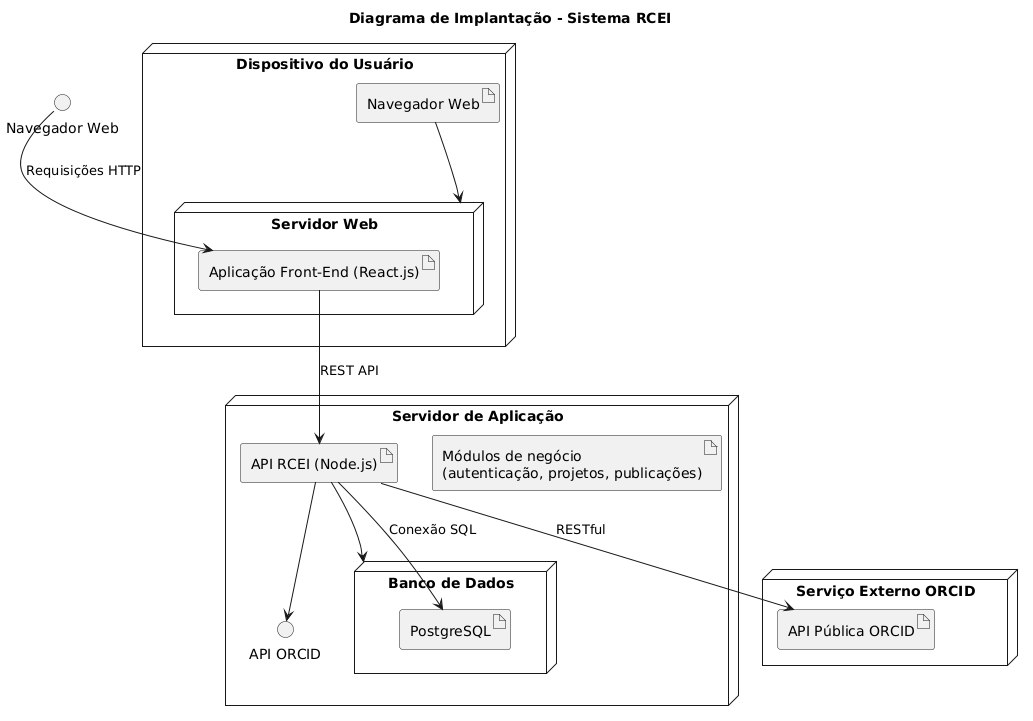
Before: Documents/diagrama_implantacao.png, a diagram exported from PlantUML (EngSoft2025/orcid-project-iquimic).
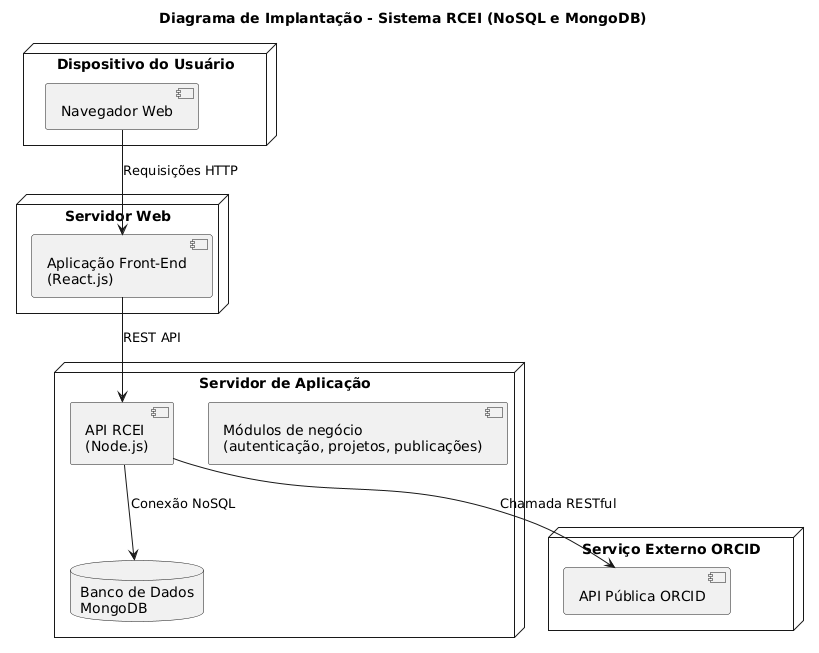
After the change.

Commit message:
Ajustando Diagrama de Implantação

What changed in the source:
```diff
@@ -1,32 +1,26 @@
 @startuml
-title Diagrama de Implantação - Sistema RCEI
+title Diagrama de Implantação - Sistema RCEI (NoSQL e MongoDB)
 
-node "Dispositivo do Usuário" {
-  artifact "Navegador Web" as navegador
-  navegador --> "Servidor Web"
+node "Dispositivo do Usuário" as UserDevice {
+  component "Navegador Web" as Browser
 }
 
-node "Servidor Web" {
-  artifact "Aplicação Front-End (React.js)"
+node "Servidor Web" as WebServer {
+  component "Aplicação Front-End\n(React.js)" as Frontend
 }
 
-node "Servidor de Aplicação" {
-  artifact "API RCEI (Node.js)"
-  artifact "Módulos de negócio\n(autenticação, projetos, publicações)"
-  "API RCEI (Node.js)" --> "Banco de Dados"
-  "API RCEI (Node.js)" --> "API ORCID"
+node "Servidor de Aplicação" as AppServer {
+  component "API RCEI\n(Node.js)" as API
+  component "Módulos de negócio\n(autenticação, projetos, publicações)" as BusinessModules
+  database "Banco de Dados\nMongoDB" as MongoDB
 }
 
-node "Banco de Dados" {
-  artifact "PostgreSQL"
+node "Serviço Externo ORCID" as OrcidService {
+  component "API Pública ORCID" as ORCID
 }
 
-node "Serviço Externo ORCID" {
-  artifact "API Pública ORCID"
-}
-
-"Navegador Web" --> "Aplicação Front-End (React.js)" : Requisições HTTP
-"Aplicação Front-End (React.js)" --> "API RCEI (Node.js)" : REST API
-"API RCEI (Node.js)" --> "PostgreSQL" : Conexão SQL
-"API RCEI (Node.js)" --> "API Pública ORCID" : RESTful
+Browser --> Frontend : "Requisições HTTP"
+Frontend --> API      : "REST API"
+API      --> MongoDB  : "Conexão NoSQL"
+API      --> ORCID    : "Chamada RESTful"
 @enduml
```
